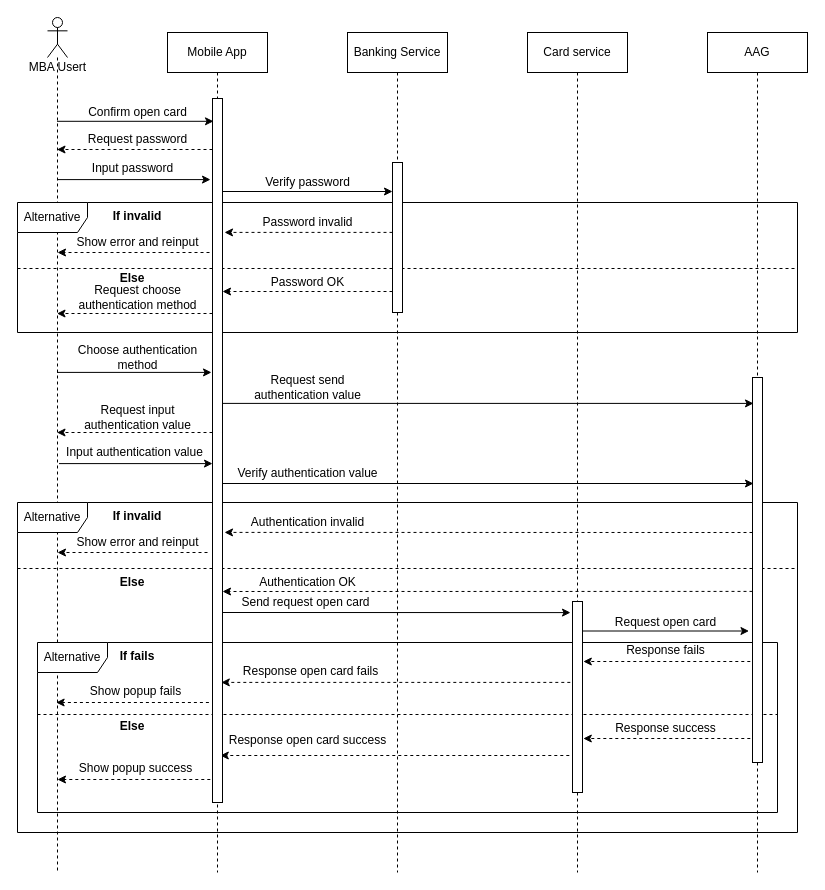
Earlier version of the draw.io diagram page "Open-card-confirm" (3 of 12) of Sequence Diagram.drawio (lyminh1994/diagram). Source tidied: cells renumbered, new cells numbered last; positions are measured from the earlier drawing's top-left corner, leaving out a move shared by most shapes. Both pictures are drawn from the tidied source at 100%, with x=0, y=0 at pixel (17, 17).
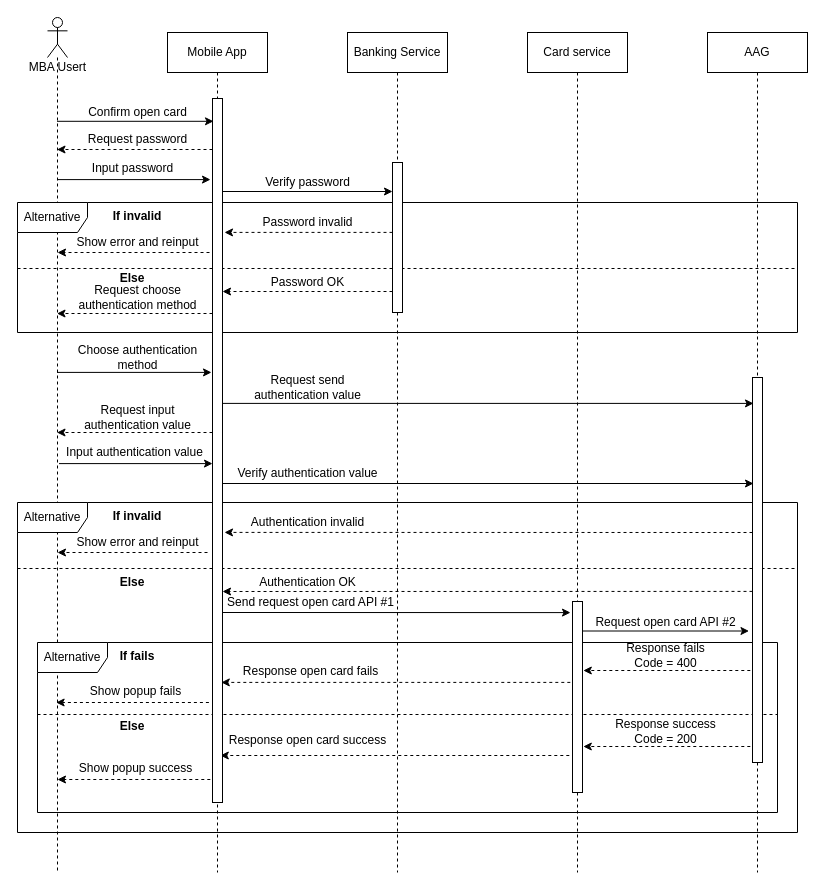
After the change.

What changed in the source:
```diff
@@
-    <mxCell id="44" value="Send request open card" style="text;html=1;align=center;verticalAlign=middle;strokeColor=none;fontSize=12;" parent="1" vertex="1">
-      <mxGeometry x="217.8" y="575" width="140" height="20" as="geometry" />
+    <mxCell id="44" value="Send request open card API #1" style="text;html=1;align=center;verticalAlign=middle;strokeColor=none;fontSize=12;" parent="1" vertex="1">
+      <mxGeometry x="202.8" y="575" width="180" height="20" as="geometry" />
     </mxCell>
-    <mxCell id="45" value="Request open card" style="text;html=1;align=center;verticalAlign=middle;strokeColor=none;fontSize=12;" parent="1" vertex="1">
-      <mxGeometry x="587.8" y="595" width="120" height="20" as="geometry" />
+    <mxCell id="45" value="Request open card API #2" style="text;html=1;align=center;verticalAlign=middle;strokeColor=none;fontSize=12;" parent="1" vertex="1">
+      <mxGeometry x="567.8" y="595" width="160" height="20" as="geometry" />
     </mxCell>
-    <mxCell id="46" value="Response fails" style="text;html=1;align=center;verticalAlign=middle;strokeColor=none;fontSize=12;" parent="1" vertex="1">
-      <mxGeometry x="602.8" y="623" width="90" height="20" as="geometry" />
+    <mxCell id="46" value="Response fails&lt;br&gt;Code = 400" style="text;html=1;align=center;verticalAlign=middle;strokeColor=none;fontSize=12;" parent="1" vertex="1">
+      <mxGeometry x="602.8" y="623" width="90" height="30" as="geometry" />
     </mxCell>
@@
     <mxCell id="49" style="edgeStyle=none;rounded=0;orthogonalLoop=1;jettySize=auto;html=1;entryX=1.3;entryY=0.555;entryDx=0;entryDy=0;entryPerimeter=0;fontSize=12;dashed=1;" parent="1" edge="1">
       <mxGeometry relative="1" as="geometry">
-        <mxPoint x="732.8" y="644" as="sourcePoint" />
-        <mxPoint x="565.8" y="644" as="targetPoint" />
+        <mxPoint x="732.8" y="653" as="sourcePoint" />
+        <mxPoint x="565.8" y="653" as="targetPoint" />
       </mxGeometry>
     </mxCell>
@@
-    <mxCell id="55" value="Response success" style="text;html=1;align=center;verticalAlign=middle;strokeColor=none;fontSize=12;" parent="1" vertex="1">
-      <mxGeometry x="587.8" y="701" width="120" height="20" as="geometry" />
+    <mxCell id="55" value="Response success&lt;br&gt;Code = 200" style="text;html=1;align=center;verticalAlign=middle;strokeColor=none;fontSize=12;" parent="1" vertex="1">
+      <mxGeometry x="587.8" y="699" width="120" height="30" as="geometry" />
     </mxCell>
@@
     <mxCell id="58" style="edgeStyle=none;rounded=0;orthogonalLoop=1;jettySize=auto;html=1;entryX=1.3;entryY=0.555;entryDx=0;entryDy=0;entryPerimeter=0;fontSize=12;dashed=1;" parent="1" edge="1">
       <mxGeometry relative="1" as="geometry">
-        <mxPoint x="732.8" y="721" as="sourcePoint" />
-        <mxPoint x="565.8" y="721" as="targetPoint" />
+        <mxPoint x="732.8" y="729" as="sourcePoint" />
+        <mxPoint x="565.8" y="729" as="targetPoint" />
       </mxGeometry>
     </mxCell>
```
